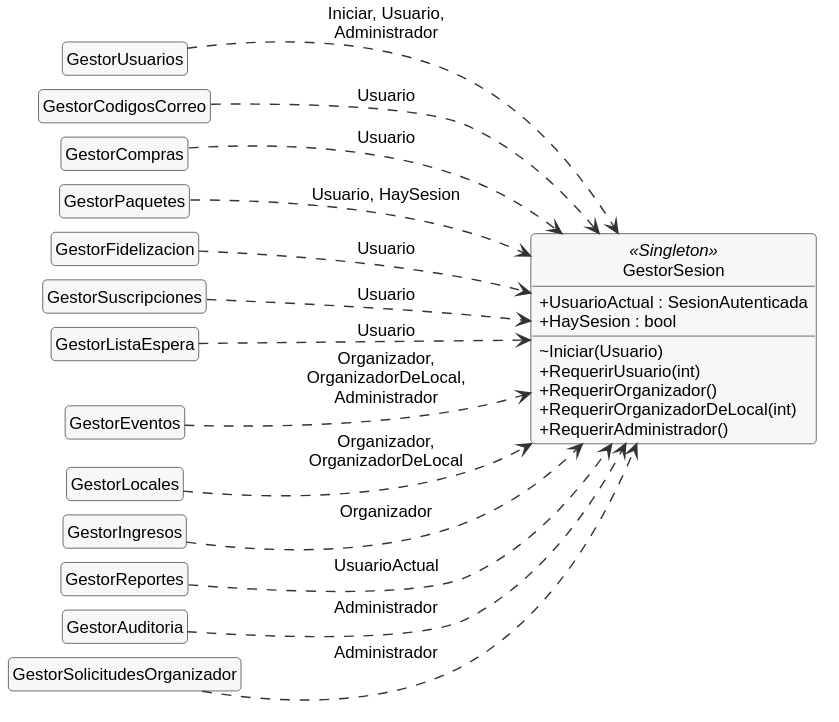
The PlantUML diagram docs/diagramas/clases-6-autorizacion.svg in MaximoAmbro/TrabajoDeDiploma, before a commit.
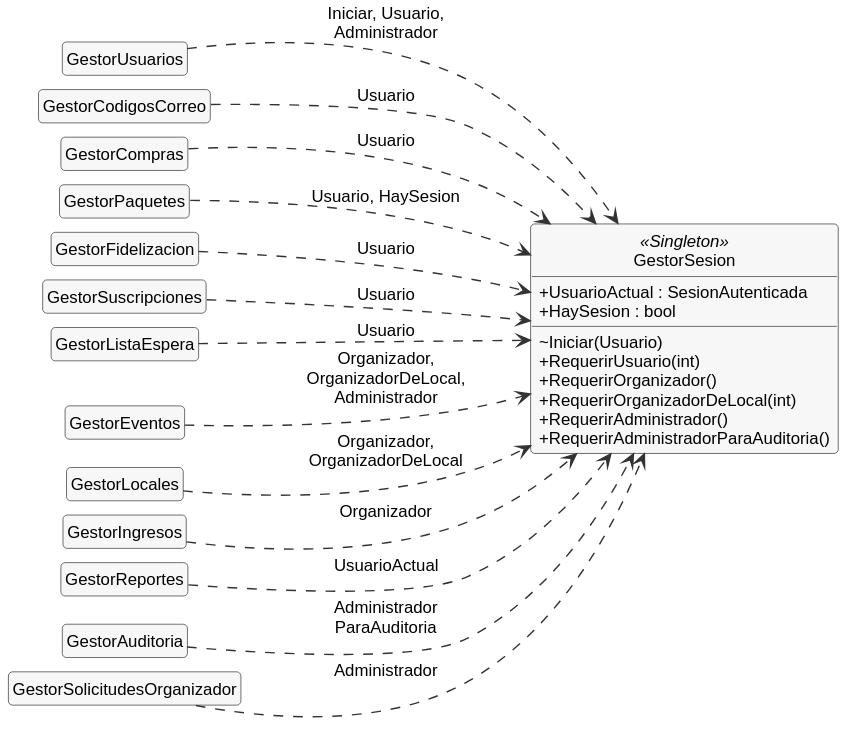
Later version of the same file.

Diff of the diagram source:
```diff
@@ -26,6 +26,7 @@
   + RequerirOrganizador()
   + RequerirOrganizadorDeLocal(int)
   + RequerirAdministrador()
+  + RequerirAdministradorParaAuditoria()
 }
 
 GestorUsuarios ..> GestorSesion : Iniciar, Usuario,\nAdministrador
@@ -39,6 +40,6 @@
 GestorLocales ..> GestorSesion : Organizador,\nOrganizadorDeLocal
 GestorIngresos ..> GestorSesion : Organizador
 GestorReportes ..> GestorSesion : UsuarioActual
-GestorAuditoria ..> GestorSesion : Administrador
+GestorAuditoria ..> GestorSesion : Administrador\nParaAuditoria
 GestorSolicitudesOrganizador ..> GestorSesion : Administrador
 @enduml
```
